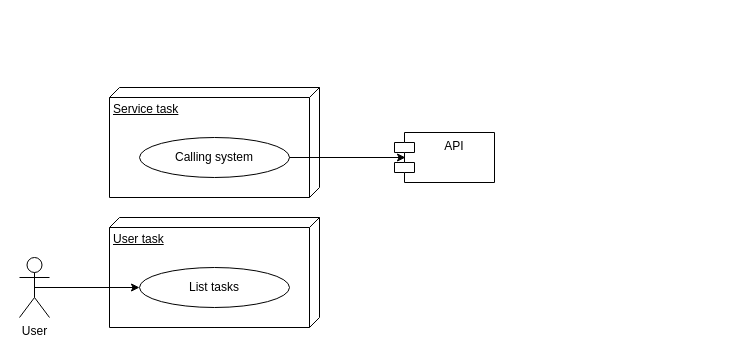
The draw.io diagram worklow-activiti/docs/Activiti.drawio in frtu/sample-code, before the edit. Source tidied: cells renumbered, new cells numbered last; positions are measured from the earlier drawing's top-left corner, leaving out a move shared by most shapes. Both pictures are drawn from the tidied source at 100%, with x=0, y=0 at pixel (19, 87).
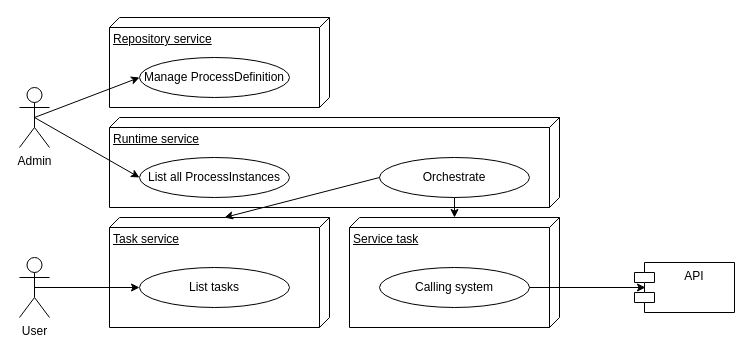
The same diagram, later.

Change to the diagram source:
```diff
@@
 <mxGraphModel>
   <root>
     <mxCell id="0" />
     <mxCell id="1" parent="0" />
     <mxCell id="2" value="User" style="shape=umlActor;verticalLabelPosition=bottom;verticalAlign=top;html=1;outlineConnect=0;" parent="1" vertex="1">
       <mxGeometry y="170" width="30" height="60" as="geometry" />
     </mxCell>
-    <mxCell id="3" value="User task" style="verticalAlign=top;align=left;spacingTop=8;spacingLeft=2;spacingRight=12;shape=cube;size=10;direction=south;fontStyle=4;html=1;" parent="1" vertex="1">
-      <mxGeometry x="90" y="130" width="210" height="110" as="geometry" />
+    <mxCell id="3" value="Task service" style="verticalAlign=top;align=left;spacingTop=8;spacingLeft=2;spacingRight=12;shape=cube;size=10;direction=south;fontStyle=4;html=1;" parent="1" vertex="1">
+      <mxGeometry x="90" y="130" width="220" height="110" as="geometry" />
     </mxCell>
     <mxCell id="4" value="List tasks" style="ellipse;whiteSpace=wrap;html=1;" parent="1" vertex="1">
       <mxGeometry x="120" y="180" width="150" height="40" as="geometry" />
     </mxCell>
     <mxCell id="5" value="Service task" style="verticalAlign=top;align=left;spacingTop=8;spacingLeft=2;spacingRight=12;shape=cube;size=10;direction=south;fontStyle=4;html=1;" parent="1" vertex="1">
-      <mxGeometry x="90" width="210" height="110" as="geometry" />
+      <mxGeometry x="330" y="130" width="210" height="110" as="geometry" />
     </mxCell>
     <mxCell id="6" value="Calling system" style="ellipse;whiteSpace=wrap;html=1;" parent="1" vertex="1">
-      <mxGeometry x="120" y="50" width="150" height="40" as="geometry" />
+      <mxGeometry x="360" y="180" width="150" height="40" as="geometry" />
     </mxCell>
     <mxCell id="7" value="API" style="shape=module;align=left;spacingLeft=20;align=center;verticalAlign=top;" parent="1" vertex="1">
-      <mxGeometry x="375" y="45" width="100" height="50" as="geometry" />
+      <mxGeometry x="615" y="175" width="100" height="50" as="geometry" />
     </mxCell>
     <mxCell id="8" style="endArrow=classic;html=1;exitX=1;exitY=0.5;exitDx=0;exitDy=0;entryX=0.11;entryY=0.5;entryDx=0;entryDy=0;entryPerimeter=0;" parent="1" edge="1" source="6" target="7">
       <mxGeometry relative="1" as="geometry" />
     </mxCell>
     <mxCell id="9" style="endArrow=classic;html=1;exitX=0.5;exitY=0.5;exitDx=0;exitDy=0;exitPerimeter=0;" parent="1" edge="1" source="2" target="4">
       <mxGeometry relative="1" as="geometry" />
     </mxCell>
+    <mxCell id="10" value="Repository service" style="verticalAlign=top;align=left;spacingTop=8;spacingLeft=2;spacingRight=12;shape=cube;size=10;direction=south;fontStyle=4;html=1;" parent="1" vertex="1">
+      <mxGeometry x="90" y="-70" width="220" height="90" as="geometry" />
+    </mxCell>
+    <mxCell id="11" value="Admin" style="shape=umlActor;verticalLabelPosition=bottom;verticalAlign=top;html=1;outlineConnect=0;" parent="1" vertex="1">
+      <mxGeometry width="30" height="60" as="geometry" />
+    </mxCell>
+    <mxCell id="12" value="Manage ProcessDefinition" style="ellipse;whiteSpace=wrap;html=1;" parent="1" vertex="1">
+      <mxGeometry x="120" y="-30" width="150" height="40" as="geometry" />
+    </mxCell>
+    <mxCell id="13" style="endArrow=classic;html=1;exitX=0.5;exitY=0.5;exitDx=0;exitDy=0;exitPerimeter=0;entryX=0;entryY=0.5;entryDx=0;entryDy=0;" parent="1" edge="1" source="11" target="12">
+      <mxGeometry relative="1" as="geometry" />
+    </mxCell>
+    <mxCell id="14" value="Runtime service" style="verticalAlign=top;align=left;spacingTop=8;spacingLeft=2;spacingRight=12;shape=cube;size=10;direction=south;fontStyle=4;html=1;" parent="1" vertex="1">
+      <mxGeometry x="90" y="30" width="450" height="90" as="geometry" />
+    </mxCell>
+    <mxCell id="15" value="List all ProcessInstances" style="ellipse;whiteSpace=wrap;html=1;" parent="1" vertex="1">
+      <mxGeometry x="120" y="70" width="150" height="40" as="geometry" />
+    </mxCell>
+    <mxCell id="16" style="endArrow=classic;html=1;exitX=0.5;exitY=0.5;exitDx=0;exitDy=0;exitPerimeter=0;entryX=0;entryY=0.5;entryDx=0;entryDy=0;" parent="1" edge="1" source="11" target="15">
+      <mxGeometry relative="1" as="geometry" />
+    </mxCell>
+    <mxCell id="17" value="Orchestrate" style="ellipse;whiteSpace=wrap;html=1;" parent="1" vertex="1">
+      <mxGeometry x="360" y="70" width="150" height="40" as="geometry" />
+    </mxCell>
+    <mxCell id="18" style="endArrow=classic;html=1;exitX=0;exitY=0.5;exitDx=0;exitDy=0;entryX=0;entryY=0;entryDx=0;entryDy=105;entryPerimeter=0;" parent="1" edge="1" source="17" target="3">
+      <mxGeometry relative="1" as="geometry" />
+    </mxCell>
+    <mxCell id="19" style="endArrow=classic;html=1;exitX=0.5;exitY=1;exitDx=0;exitDy=0;" parent="1" edge="1" source="17" target="5">
+      <mxGeometry relative="1" as="geometry" />
+    </mxCell>
   </root>
 </mxGraphModel>
```
